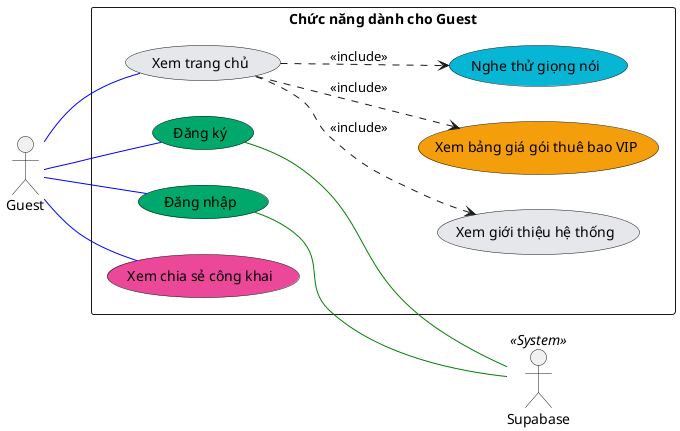
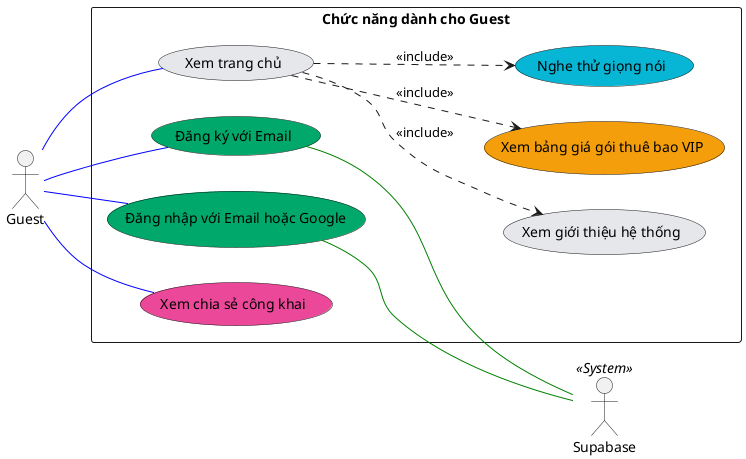
@startuml
left to right direction
skinparam packageStyle rectangle
skinparam shadowing false

actor "Guest" as Guest
actor "Supabase" as Supabase << System >>

rectangle "Chức năng dành cho Guest" {
  usecase "Xem trang chủ" as UC_Home #e5e7eb
  usecase "Xem giới thiệu hệ thống" as UC_Intro #e5e7eb
  usecase "Xem bảng giá gói thuê bao VIP" as UC_Pricing #f59e0b
  usecase "Nghe thử giọng nói" as UC_SampleVoice #06b6d4
-   usecase "Đăng ký" as UC_Register #00a86b
-   usecase "Đăng nhập" as UC_Login #00a86b
+   usecase "Đăng ký với Email" as UC_Register #00a86b
+   usecase "Đăng nhập với Email hoặc Google" as UC_Login #00a86b
  usecase "Xem chia sẻ công khai" as UC_PublicShare #ec4899

  UC_Home ..> UC_Intro : <<include>>
  UC_Home ..> UC_Pricing : <<include>>
  UC_Home ..> UC_SampleVoice : <<include>>
}

Guest -- UC_Home #blue
Guest -- UC_Register #blue
Guest -- UC_Login #blue
Guest -- UC_PublicShare #blue

UC_Register -- Supabase #green
UC_Login -- Supabase #green
@enduml
